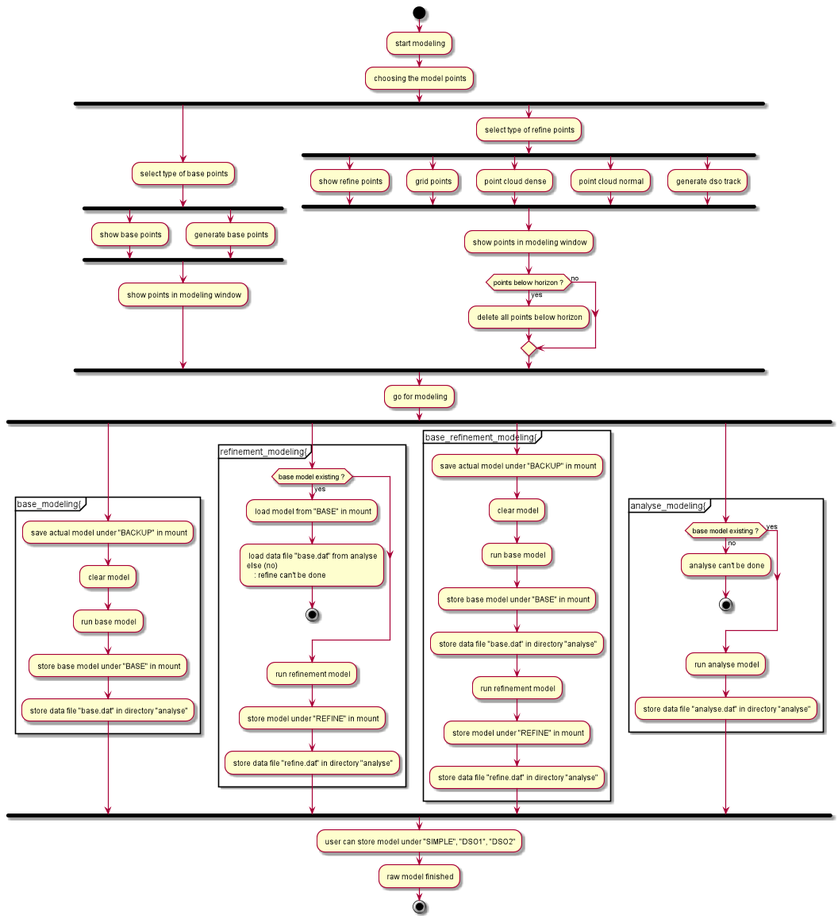
Earlier version of the PlantUML export mountwizzard/pics/do_modeling.png (sayitfast/MountWizzard3).
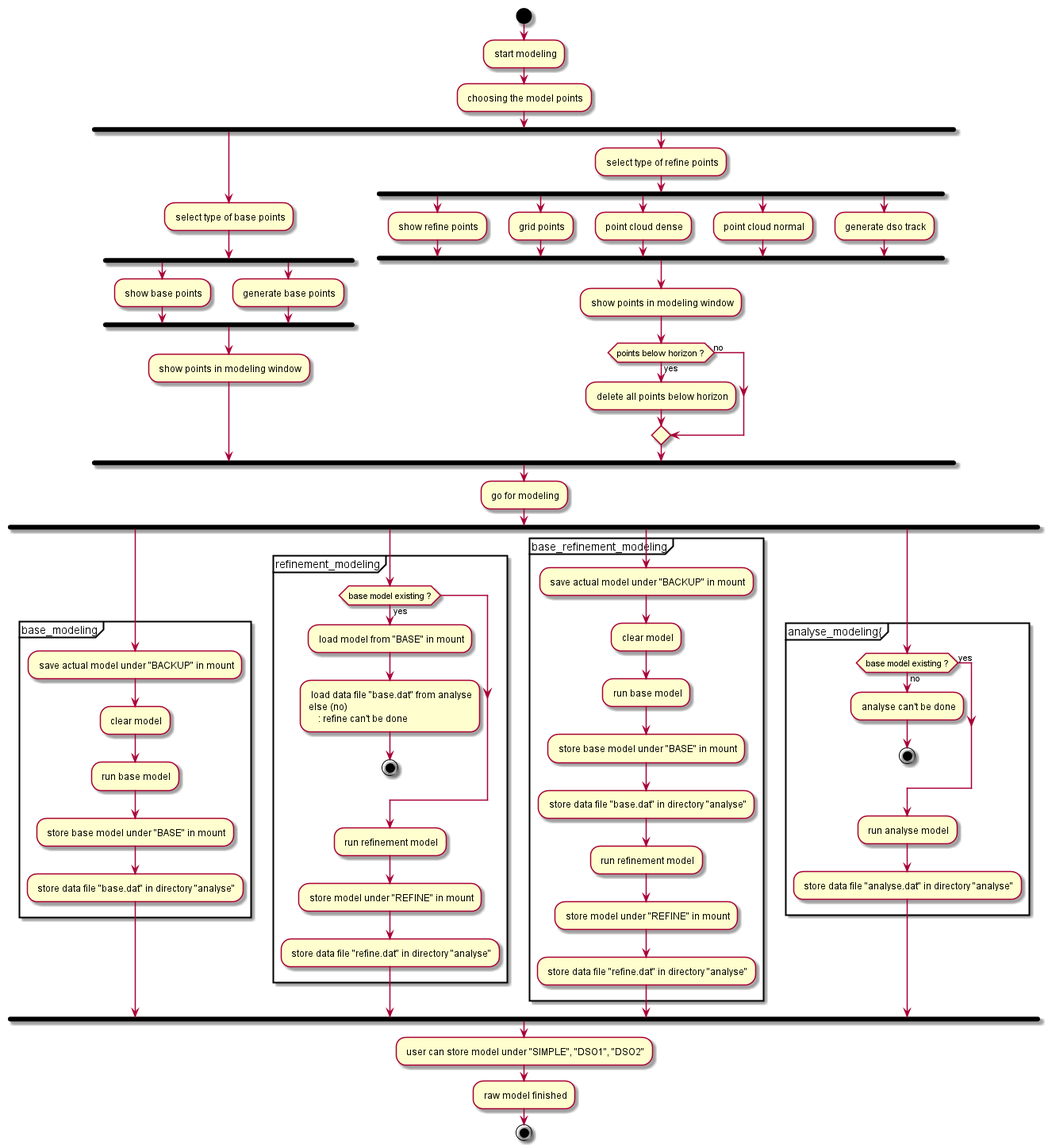
After the commit.

The edit, as a diff of the source:
```diff
@@ -31,7 +31,7 @@
 end fork
 : go for modeling;
 fork
-    partition base_modeling{
+    partition base_modeling {
     : save actual model under "BACKUP" in mount;
     : clear model;
     : run base model;
@@ -39,7 +39,7 @@
     : store data file "base.dat" in directory "analyse";
     }
 fork again
-    partition refinement_modeling{
+    partition refinement_modeling {
     if (base model existing ?) then (yes)
         : load model from "BASE" in mount;
         : load data file "base.dat" from analyse
@@ -52,7 +52,7 @@
     : store data file "refine.dat" in directory "analyse";
     }
 fork again
-    partition base_refinement_modeling{
+    partition base_refinement_modeling {
     : save actual model under "BACKUP" in mount;
     : clear model;
     : run base model;
```
